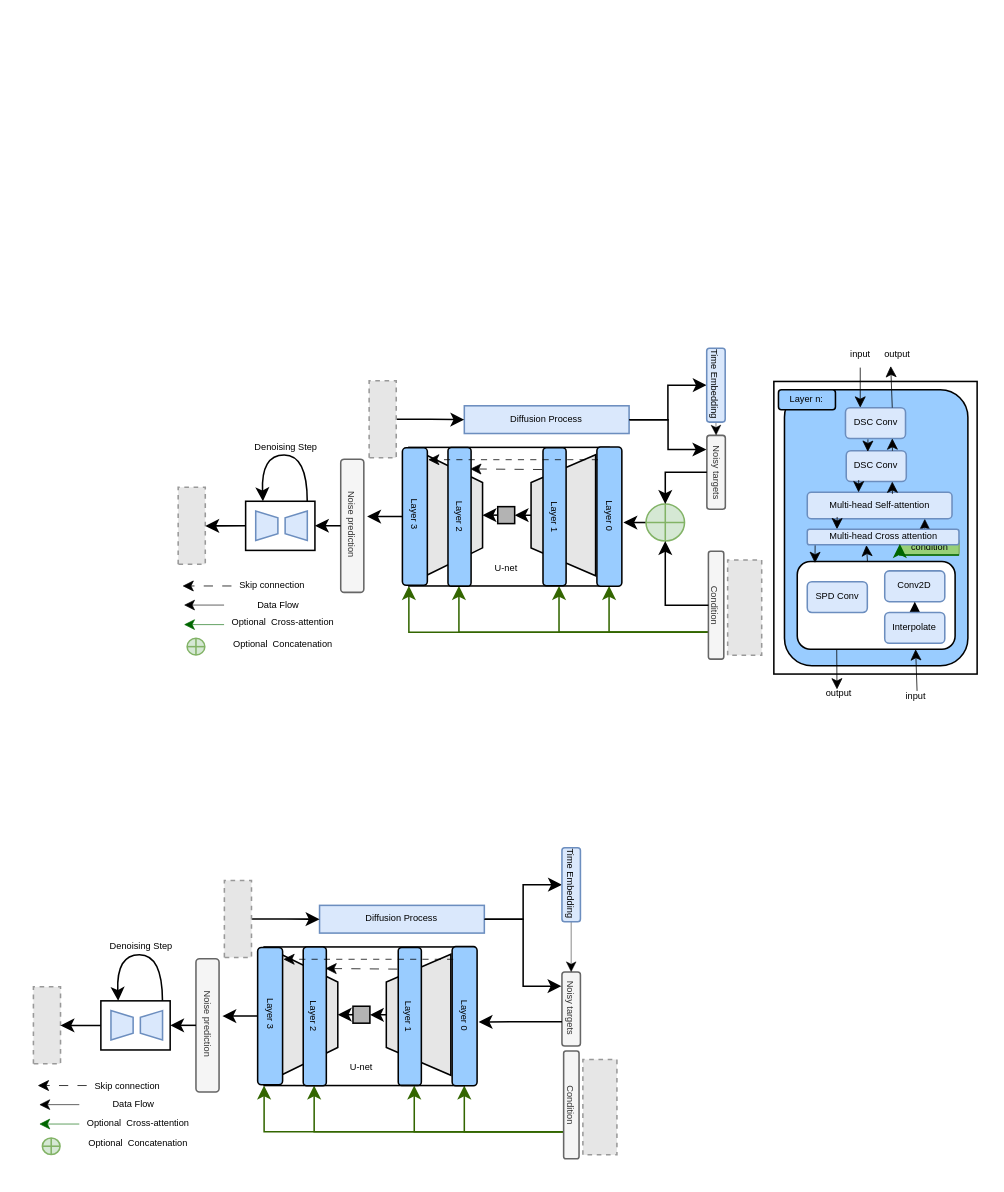
Earlier version of the draw.io diagram Paper/Conditioning using cross attention.drawio (Slate452/Diffusion-based-Flow-Prediction). Source tidied: cells renumbered, new cells numbered last; positions are measured from the earlier drawing's top-left corner, leaving out a move shared by most shapes. Both pictures are drawn from the tidied source at 154%, with x=0, y=0 at pixel (8, 333). Pictures stored in the file or linked from it are replaced by grey dashed boxes.
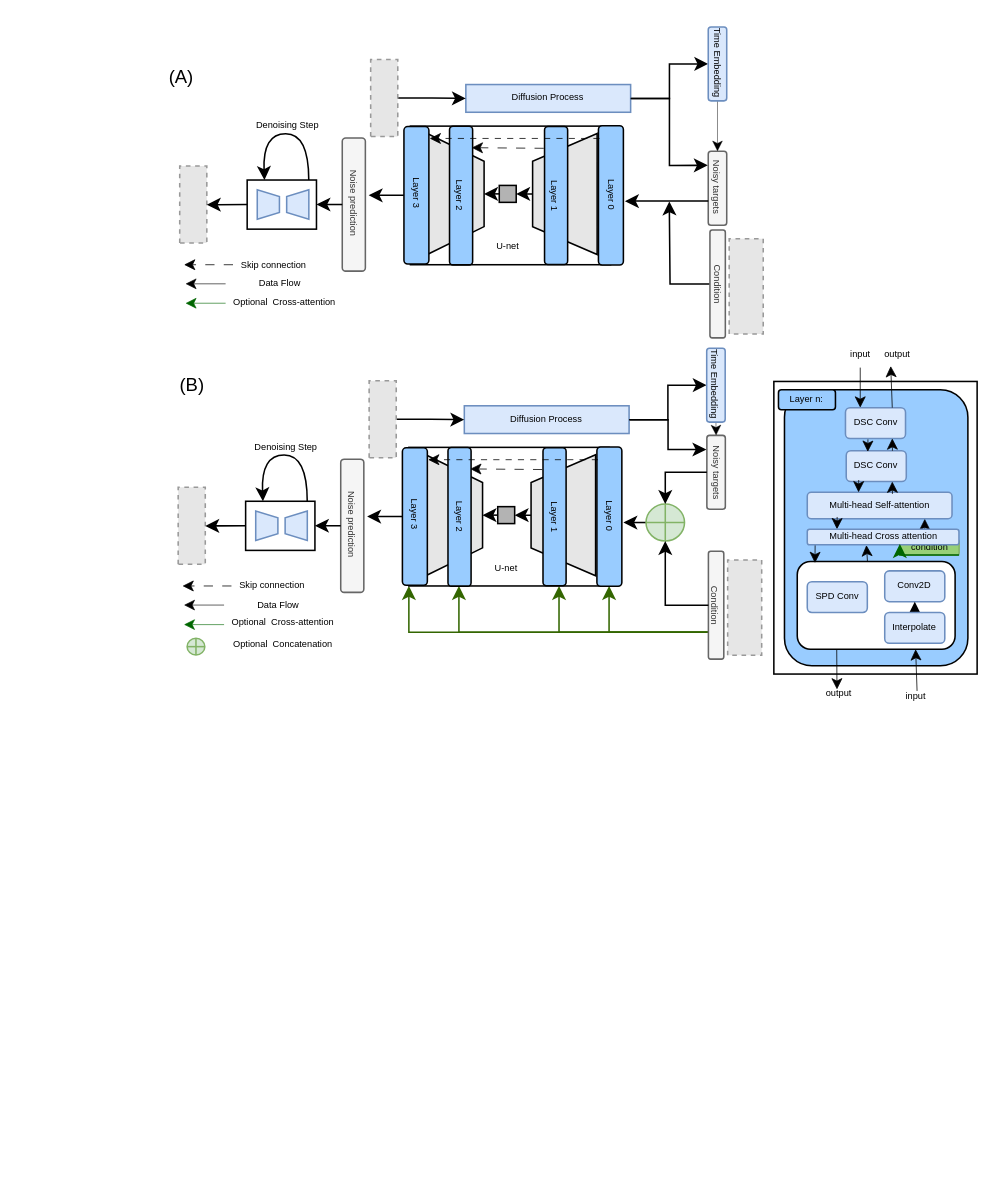
The same diagram, later.

The change refers to these unchanged cells:
```xml
<mxCell id="86" style="rounded=0;whiteSpace=wrap;html=1;fontSize=6;" parent="85" vertex="1">
  <mxGeometry width="45" height="31.9" as="geometry" />
</mxCell>
<mxCell id="99" style="rounded=0;whiteSpace=wrap;html=1;fontSize=6;" parent="98" vertex="1">
  <mxGeometry x="40" width="130" height="90" as="geometry" />
</mxCell>
```

The edit, as a diff of the source:
```diff
@@
     <mxCell id="84" value="&lt;font style=&quot;font-size: 6px;&quot;&gt;Diffusion Process&lt;/font&gt;" style="rounded=0;whiteSpace=wrap;html=1;fillColor=#dae8fc;fontSize=6;strokeColor=#6c8ebf;" parent="1" vertex="1">
-      <mxGeometry x="202" y="371.4" width="107" height="18" as="geometry" />
+      <mxGeometry x="297" y="-161.6" width="107" height="18" as="geometry" />
     </mxCell>
     <mxCell id="85" style="group;fontSize=6;" parent="1" vertex="1">
-      <mxGeometry x="60" y="433.4" width="45" height="31.9" as="geometry" />
+      <mxGeometry x="155" y="-99.6" width="45" height="31.9" as="geometry" />
     </mxCell>
@@
     <mxCell id="89" value="&lt;font style=&quot;font-size: 6px;&quot;&gt;Noisy targets&lt;/font&gt;" style="rounded=1;whiteSpace=wrap;html=1;rotation=90;fillColor=#f5f5f5;fontSize=6;fontColor=#333333;strokeColor=#666666;" parent="1" vertex="1">
-      <mxGeometry x="341.4" y="432.7" width="48" height="12" as="geometry" />
+      <mxGeometry x="436.4" y="-100.3" width="48" height="12" as="geometry" />
     </mxCell>
-    <mxCell id="90" style="edgeStyle=orthogonalEdgeStyle;rounded=0;jettySize=auto;html=1;exitX=0.75;exitY=1;exitDx=0;exitDy=0;entryX=0;entryY=1;entryDx=0;entryDy=0;strokeColor=#336600;fontSize=6;" parent="1" edge="1" source="94" target="99">
-      <mxGeometry relative="1" as="geometry" />
-    </mxCell>
-    <mxCell id="91" style="edgeStyle=orthogonalEdgeStyle;rounded=0;jettySize=auto;html=1;exitX=0.75;exitY=1;exitDx=0;exitDy=0;entryX=0.25;entryY=1;entryDx=0;entryDy=0;fillColor=#00FF00;strokeColor=#336600;fontSize=6;" parent="1" edge="1" source="94" target="99">
-      <mxGeometry relative="1" as="geometry" />
-    </mxCell>
-    <mxCell id="92" style="edgeStyle=orthogonalEdgeStyle;rounded=0;jettySize=auto;html=1;exitX=0.75;exitY=1;exitDx=0;exitDy=0;entryX=0.75;entryY=1;entryDx=0;entryDy=0;strokeColor=#336600;fontSize=6;" parent="1" edge="1" source="94" target="99">
-      <mxGeometry relative="1" as="geometry" />
-    </mxCell>
-    <mxCell id="93" style="edgeStyle=orthogonalEdgeStyle;rounded=0;jettySize=auto;html=1;exitX=0.75;exitY=1;exitDx=0;exitDy=0;entryX=1;entryY=1;entryDx=0;entryDy=0;strokeColor=#336600;fontSize=6;" parent="1" edge="1" source="94" target="99">
-      <mxGeometry relative="1" as="geometry" />
-    </mxCell>
+    <mxCell id="131" style="edgeStyle=orthogonalEdgeStyle;rounded=0;jettySize=auto;html=1;" parent="1" edge="1" source="94">
+      <mxGeometry relative="1" as="geometry">
+        <mxPoint x="429.1" y="-85.7" as="targetPoint" />
+      </mxGeometry>
+    </mxCell>
     <mxCell id="94" value="Condition" style="rounded=1;whiteSpace=wrap;html=1;rotation=90;fillColor=#f5f5f5;fontSize=6;fontColor=#333333;strokeColor=#666666;" parent="1" vertex="1">
-      <mxGeometry x="330.5" y="495.9" width="70" height="10" as="geometry" />
+      <mxGeometry x="425.5" y="-37.1" width="70" height="10" as="geometry" />
     </mxCell>
@@
     <mxCell id="96" style="fillColor=#E6E6E6;strokeColor=#999999;dashed=1;verticalLabelPosition=bottom;labelBackgroundColor=default;verticalAlign=top;rotation=-90;fontSize=6;" parent="1" vertex="1">
-      <mxGeometry x="124" y="371.4" width="50" height="17.6" as="geometry" />
+      <mxGeometry x="219" y="-161.6" width="50" height="17.6" as="geometry" />
     </mxCell>
     <mxCell id="97" style="fillColor=#E6E6E6;strokeColor=#999999;dashed=1;verticalLabelPosition=bottom;labelBackgroundColor=default;verticalAlign=top;rotation=90;fontSize=6;" parent="1" vertex="1">
-      <mxGeometry x="353.1" y="491.4" width="61.9" height="22.1" as="geometry" />
+      <mxGeometry x="448.1" y="-41.6" width="61.9" height="22.1" as="geometry" />
     </mxCell>
     <mxCell id="98" style="group;fontSize=6;" parent="1" vertex="1">
-      <mxGeometry x="126" y="398.4" width="215.4" height="93" as="geometry" />
+      <mxGeometry x="221" y="-134.6" width="215.4" height="93" as="geometry" />
     </mxCell>
@@
     <mxCell id="115" style="fillColor=#E6E6E6;strokeColor=#999999;dashed=1;verticalLabelPosition=bottom;labelBackgroundColor=default;verticalAlign=top;rotation=-90;fontSize=6;" parent="1" vertex="1">
-      <mxGeometry y="440.5" width="50" height="17.6" as="geometry" />
+      <mxGeometry x="95" y="-92.5" width="50" height="17.6" as="geometry" />
     </mxCell>
     <mxCell id="116" style="curved=1;endArrow=classic;html=1;rounded=0;entryX=0.25;entryY=0;entryDx=0;entryDy=0;fontSize=6;" parent="1" edge="1" target="86">
       <mxGeometry relative="1" as="geometry">
-        <mxPoint x="100" y="433.4" as="sourcePoint" />
+        <mxPoint x="195" y="-99.6" as="sourcePoint" />
         <Array as="points">
-          <mxPoint x="100" y="403.4" />
-          <mxPoint x="70" y="403.4" />
+          <mxPoint x="195" y="-129.6" />
+          <mxPoint x="165" y="-129.6" />
         </Array>
       </mxGeometry>
     </mxCell>
@@
     <mxCell id="120" style="endArrow=classic;html=1;rounded=0;entryX=0.91;entryY=-0.024;entryDx=0;entryDy=0;entryPerimeter=0;dashed=1;dashPattern=12 12;strokeWidth=0.5;flowAnimation=0;" parent="1" edge="1">
       <mxGeometry relative="1" as="geometry">
-        <mxPoint x="50.8" y="488.4" as="sourcePoint" />
-        <mxPoint x="19" y="488.4" as="targetPoint" />
+        <mxPoint x="145.8" y="-44.6" as="sourcePoint" />
+        <mxPoint x="114" y="-44.6" as="targetPoint" />
       </mxGeometry>
     </mxCell>
     <mxCell id="121" style="edgeStyle=orthogonalEdgeStyle;rounded=0;orthogonalLoop=1;jettySize=auto;html=1;exitX=0;exitY=0.5;exitDx=0;exitDy=0;entryX=0.5;entryY=1;entryDx=0;entryDy=0;fontSize=6;strokeWidth=0.4;" parent="1" edge="1">
       <mxGeometry relative="1" as="geometry">
-        <mxPoint x="46" y="500.8" as="sourcePoint" />
-        <mxPoint x="20" y="500.8" as="targetPoint" />
+        <mxPoint x="141" y="-32.2" as="sourcePoint" />
+        <mxPoint x="115" y="-32.2" as="targetPoint" />
       </mxGeometry>
     </mxCell>
     <mxCell id="122" style="edgeStyle=orthogonalEdgeStyle;rounded=0;orthogonalLoop=1;jettySize=auto;html=1;exitX=0;exitY=0.5;exitDx=0;exitDy=0;entryX=0.5;entryY=1;entryDx=0;entryDy=0;fontSize=6;strokeWidth=0.4;strokeColor=#006600;" parent="1" edge="1">
       <mxGeometry relative="1" as="geometry">
-        <mxPoint x="46" y="513.4" as="sourcePoint" />
-        <mxPoint x="20" y="513.4" as="targetPoint" />
+        <mxPoint x="141" y="-19.6" as="sourcePoint" />
+        <mxPoint x="115" y="-19.6" as="targetPoint" />
       </mxGeometry>
     </mxCell>
-    <mxCell id="123" style="verticalLabelPosition=bottom;verticalAlign=top;html=1;shape=mxgraph.flowchart.summing_function;fontSize=6;fillColor=#d5e8d4;strokeColor=#82b366;" parent="1" vertex="1">
-      <mxGeometry x="22" y="522.4" width="11.5" height="10.8" as="geometry" />
-    </mxCell>
     <mxCell id="124" value="&lt;p style=&quot;line-height: 70%; font-size: 6px;&quot;&gt;&lt;font style=&quot;font-size: 6px;&quot;&gt;Skip connection&lt;/font&gt;&lt;/p&gt;" style="text;html=1;align=center;verticalAlign=middle;strokeColor=none;fillColor=none;fontSize=6;" parent="1" vertex="1">
-      <mxGeometry x="47" y="474.6" width="60" height="28" as="geometry" />
+      <mxGeometry x="142" y="-58.4" width="60" height="28" as="geometry" />
     </mxCell>
@@
     <mxCell id="126" value="&lt;font style=&quot;font-size: 6px;&quot;&gt;Time Embedding&lt;/font&gt;" style="rounded=1;whiteSpace=wrap;html=1;rotation=90;fillColor=#dae8fc;fontSize=6;strokeColor=#6c8ebf;" parent="1" vertex="1">
-      <mxGeometry x="341.4" y="352" width="48" height="12" as="geometry" />
+      <mxGeometry x="436.4" y="-181" width="48" height="12" as="geometry" />
     </mxCell>
     <mxCell id="127" value="&lt;p style=&quot;line-height: 70%; font-size: 6px;&quot;&gt;Data Flow&lt;/p&gt;" style="text;html=1;align=center;verticalAlign=middle;strokeColor=none;fillColor=none;fontSize=6;" parent="1" vertex="1">
-      <mxGeometry x="58" y="487" width="45" height="28" as="geometry" />
+      <mxGeometry x="153" y="-46" width="45" height="28" as="geometry" />
     </mxCell>
     <mxCell id="128" value="&lt;p style=&quot;line-height: 70%; font-size: 6px;&quot;&gt;&lt;font style=&quot;font-size: 6px;&quot;&gt;Optional&amp;nbsp; Cross-attention&lt;/font&gt;&lt;/p&gt;" style="text;html=1;align=center;verticalAlign=middle;strokeColor=none;fillColor=none;fontSize=6;" parent="1" vertex="1">
-      <mxGeometry x="42" y="498.6" width="84" height="28" as="geometry" />
+      <mxGeometry x="137" y="-34.4" width="84" height="28" as="geometry" />
     </mxCell>
-    <mxCell id="129" value="&lt;p style=&quot;line-height: 70%; font-size: 6px;&quot;&gt;&lt;font style=&quot;font-size: 6px;&quot;&gt;Optional&amp;nbsp; Concatenation&lt;/font&gt;&lt;/p&gt;" style="text;html=1;align=center;verticalAlign=middle;strokeColor=none;fillColor=none;fontSize=6;" parent="1" vertex="1">
-      <mxGeometry x="43" y="512.2" width="82" height="28" as="geometry" />
-    </mxCell>
     <mxCell id="130" value="&lt;p style=&quot;line-height: 70%; font-size: 6px;&quot;&gt;&lt;font style=&quot;font-size: 6px;&quot;&gt;Denoising Step&lt;/font&gt;&lt;/p&gt;" style="text;html=1;align=center;verticalAlign=middle;strokeColor=none;fillColor=none;fontSize=6;" parent="1" vertex="1">
-      <mxGeometry x="56" y="384.4" width="59" height="28" as="geometry" />
+      <mxGeometry x="151" y="-148.6" width="59" height="28" as="geometry" />
     </mxCell>
+    <mxCell id="132" value="(A)" style="text;html=1;align=center;verticalAlign=middle;strokeColor=none;fillColor=none;" parent="1" vertex="1">
+      <mxGeometry x="95" y="-179" width="34" height="26" as="geometry" />
+    </mxCell>
+    <mxCell id="133" value="(B)" style="text;html=1;align=center;verticalAlign=middle;strokeColor=none;fillColor=none;" parent="1" vertex="1">
+      <mxGeometry x="102" y="20.6" width="34" height="26" as="geometry" />
+    </mxCell>
```
